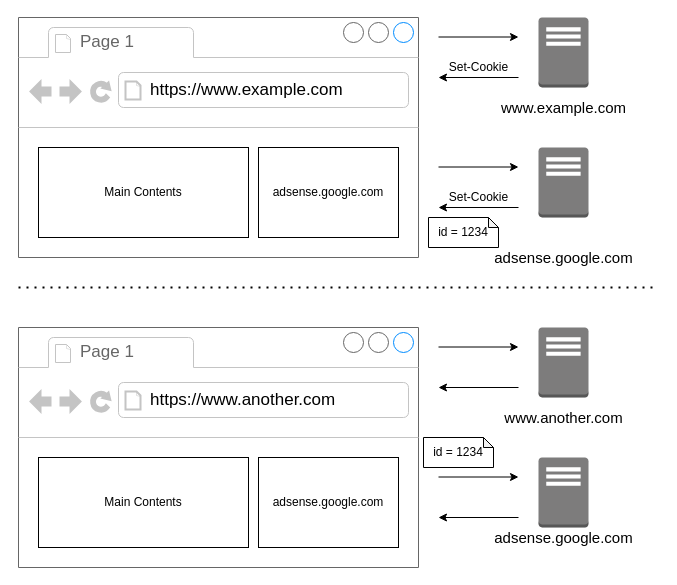
Earlier version of the draw.io diagram web_basics/05_Third_Party_Cookie/assets/fig2.drawio (shimopino/praha-challenges). Source tidied: cells renumbered, new cells numbered last; positions are measured from the earlier drawing's top-left corner, leaving out a move shared by most shapes. Both pictures are drawn from the tidied source at 100%, with x=0, y=0 at pixel (18, 17).
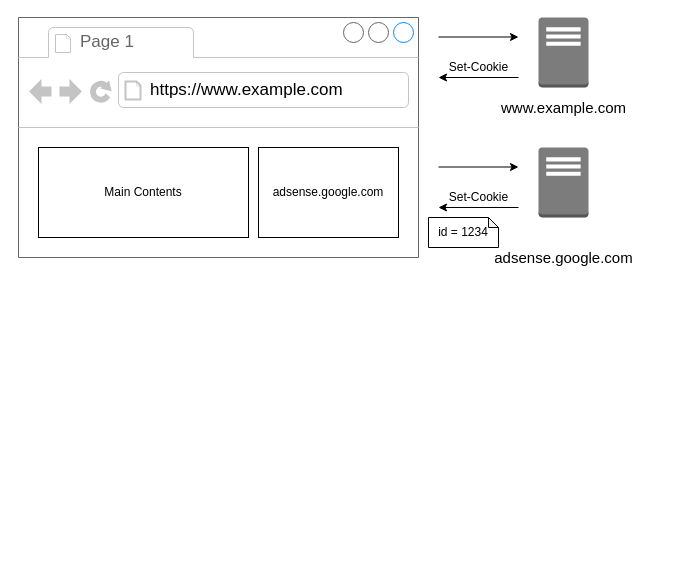
Above is the later version.

The change refers to these unchanged cells:
```xml
<mxCell id="2" style="strokeWidth=1;shadow=0;dashed=0;align=center;html=1;shape=mxgraph.mockup.containers.browserWindow;rSize=0;strokeColor=#666666;strokeColor2=#008cff;strokeColor3=#c4c4c4;mainText=,;" parent="1" vertex="1">
  <mxGeometry width="400" height="240" as="geometry" />
</mxCell>
```

What changed in the source:
```diff
@@
-    <mxCell id="7" style="endArrow=none;dashed=1;html=1;dashPattern=1 3;strokeWidth=2;" parent="2" edge="1">
-      <mxGeometry relative="1" as="geometry">
-        <mxPoint y="270" as="sourcePoint" />
-        <mxPoint x="640" y="270" as="targetPoint" />
-      </mxGeometry>
-    </mxCell>
@@
-    <mxCell id="18" style="strokeWidth=1;shadow=0;dashed=0;align=center;html=1;shape=mxgraph.mockup.containers.browserWindow;rSize=0;strokeColor=#666666;strokeColor2=#008cff;strokeColor3=#c4c4c4;mainText=,;" parent="1" vertex="1">
-      <mxGeometry y="310" width="400" height="240" as="geometry" />
-    </mxCell>
-    <mxCell id="19" value="Page 1" style="strokeWidth=1;shadow=0;dashed=0;align=center;html=1;shape=mxgraph.mockup.containers.anchor;fontSize=17;fontColor=#666666;align=left;" parent="18" vertex="1">
-      <mxGeometry x="60" y="12" width="110" height="26" as="geometry" />
-    </mxCell>
-    <mxCell id="20" value="https://www.another.com" style="strokeWidth=1;shadow=0;dashed=0;align=center;html=1;shape=mxgraph.mockup.containers.anchor;rSize=0;fontSize=17;align=left;fontColor=#000000;" parent="18" vertex="1">
-      <mxGeometry x="130" y="60" width="250" height="26" as="geometry" />
-    </mxCell>
-    <mxCell id="21" value="adsense.google.com" style="rounded=0;whiteSpace=wrap;html=1;" parent="18" vertex="1">
-      <mxGeometry x="240" y="130" width="140" height="90" as="geometry" />
-    </mxCell>
-    <mxCell id="22" value="Main Contents" style="rounded=0;whiteSpace=wrap;html=1;" parent="18" vertex="1">
-      <mxGeometry x="20" y="130" width="210" height="90" as="geometry" />
-    </mxCell>
-    <mxCell id="23" style="dashed=0;verticalLabelPosition=bottom;verticalAlign=top;align=center;html=1;shape=mxgraph.aws3.traditional_server;fillColor=#7D7C7C;gradientColor=none;fontSize=25;" parent="1" vertex="1">
-      <mxGeometry x="520" y="310" width="50" height="70" as="geometry" />
-    </mxCell>
-    <mxCell id="24" style="dashed=0;verticalLabelPosition=bottom;verticalAlign=top;align=center;html=1;shape=mxgraph.aws3.traditional_server;fillColor=#7D7C7C;gradientColor=none;fontSize=25;" parent="1" vertex="1">
-      <mxGeometry x="520" y="440" width="50" height="70" as="geometry" />
-    </mxCell>
-    <mxCell id="25" value="www.another.com" style="text;html=1;align=center;verticalAlign=middle;fontSize=15;" parent="1" vertex="1">
-      <mxGeometry x="480" y="390" width="130" height="20" as="geometry" />
-    </mxCell>
-    <mxCell id="26" value="adsense.google.com" style="text;html=1;align=center;verticalAlign=middle;fontSize=15;" parent="1" vertex="1">
-      <mxGeometry x="470" y="510" width="150" height="20" as="geometry" />
-    </mxCell>
-    <mxCell id="27" style="endArrow=classic;html=1;fontSize=15;fontColor=#FFFFFF;" parent="1" edge="1">
-      <mxGeometry relative="1" as="geometry">
-        <mxPoint x="420" y="329.5" as="sourcePoint" />
-        <mxPoint x="500" y="329.5" as="targetPoint" />
-      </mxGeometry>
-    </mxCell>
-    <mxCell id="28" style="endArrow=classic;html=1;fontSize=15;fontColor=#FFFFFF;" parent="1" edge="1">
-      <mxGeometry relative="1" as="geometry">
-        <mxPoint x="500" y="370" as="sourcePoint" />
-        <mxPoint x="420" y="370" as="targetPoint" />
-      </mxGeometry>
-    </mxCell>
-    <mxCell id="29" style="endArrow=classic;html=1;fontSize=15;fontColor=#FFFFFF;" parent="1" edge="1">
-      <mxGeometry relative="1" as="geometry">
-        <mxPoint x="420" y="459.5" as="sourcePoint" />
-        <mxPoint x="500" y="459.5" as="targetPoint" />
-      </mxGeometry>
-    </mxCell>
-    <mxCell id="30" style="endArrow=classic;html=1;fontSize=15;fontColor=#FFFFFF;" parent="1" edge="1">
-      <mxGeometry relative="1" as="geometry">
-        <mxPoint x="500" y="500" as="sourcePoint" />
-        <mxPoint x="420" y="500" as="targetPoint" />
-      </mxGeometry>
-    </mxCell>
@@
-    <mxCell id="32" value="id = 1234" style="shape=note;whiteSpace=wrap;html=1;backgroundOutline=1;darkOpacity=0.05;size=10;" parent="1" vertex="1">
-      <mxGeometry x="405" y="420" width="70" height="30" as="geometry" />
-    </mxCell>
```
